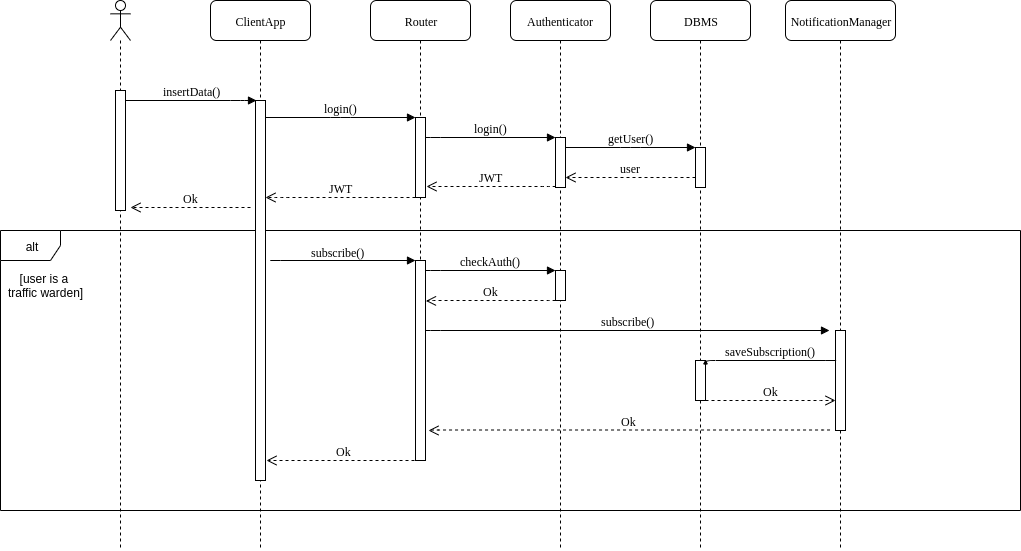
f3d0ss/CazzolaDotti-se2 keeps this draw.io diagram as DD/images/login-sequence-diagram.png. Above is the earlier version. Source tidied: cells renumbered, new cells last; positions are measured from the earlier drawing's top-left corner, leaving out a move shared by most shapes.
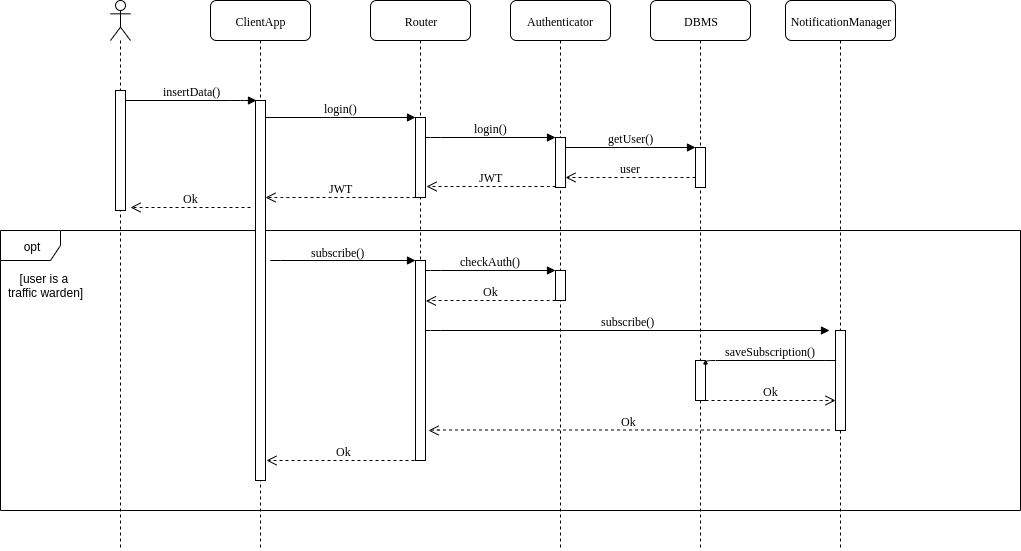
After the change.

Commit message:
Add sequence diagrams

The edit, as a diff of the source:
```diff
@@ -2,7 +2,7 @@
   <root>
     <mxCell id="0" />
     <mxCell id="1" parent="0" />
-    <mxCell id="2" value="alt" style="shape=umlFrame;whiteSpace=wrap;html=1;" parent="1" vertex="1">
+    <mxCell id="2" value="opt" style="shape=umlFrame;whiteSpace=wrap;html=1;" parent="1" vertex="1">
       <mxGeometry y="230" width="1020" height="280" as="geometry" />
     </mxCell>
     <mxCell id="3" value="ClientApp" style="shape=umlLifeline;perimeter=lifelinePerimeter;whiteSpace=wrap;html=1;rounded=1;shadow=0;comic=0;labelBackgroundColor=none;strokeWidth=1;fontFamily=Verdana;fontSize=12;align=center;" parent="1" vertex="1">
```
